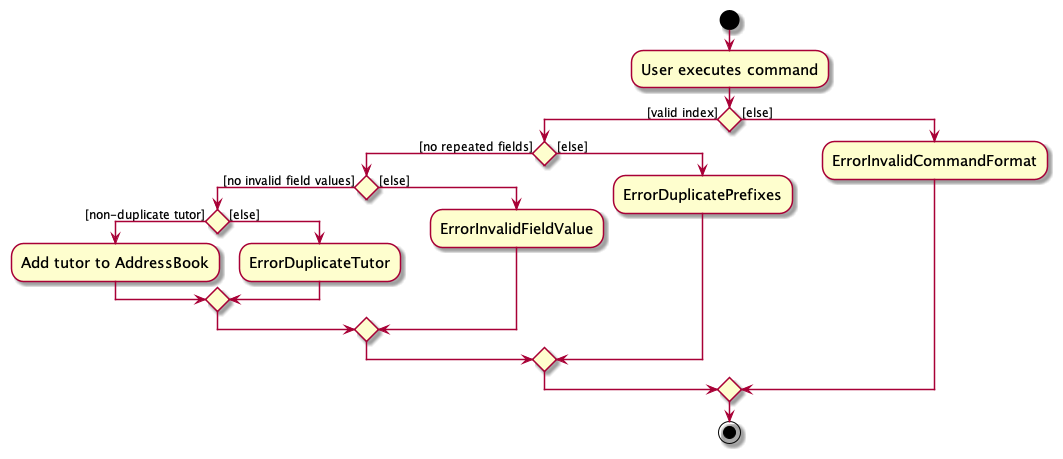
Earlier version of the PlantUML export docs/images/EditTutorActivityDiagram.png (nus-cs2103-AY2324S1/tp).
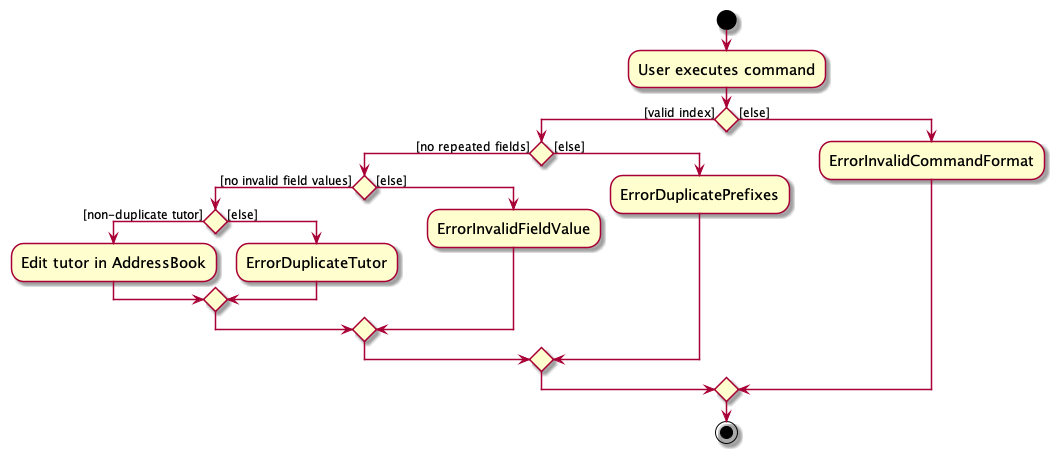
After the commit.

Change to the diagram source:
```diff
@@ -10,7 +10,7 @@
     if () then ([no repeated fields])
          if () then ([no invalid field values])
             if () then ([non-duplicate tutor])
-                :Add tutor to AddressBook;
+                :Edit tutor in AddressBook;
             else ([else])
              :ErrorDuplicateTutor;
             endif
```
